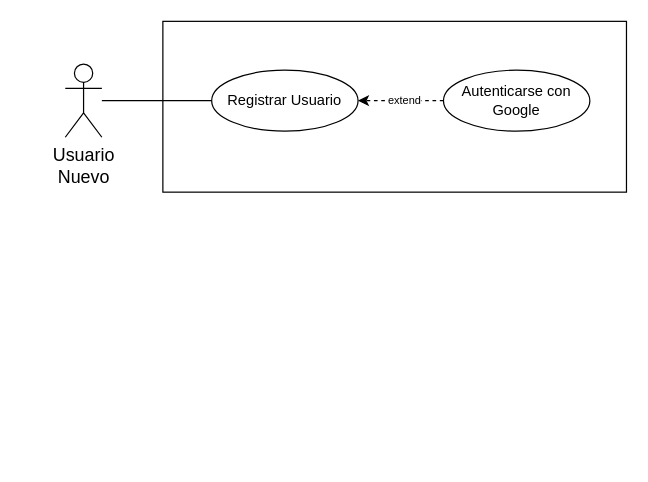
Before: casodeuso_registro+iniciodesesion.drawio in xChiat/ProyectoIntegracion, a draw.io diagram. Source tidied: cells renumbered, new cells numbered last; positions are measured from the earlier drawing's top-left corner, leaving out a move shared by most shapes. Both pictures are drawn from the tidied source at 122%, with x=0, y=0 at pixel (65, 21).
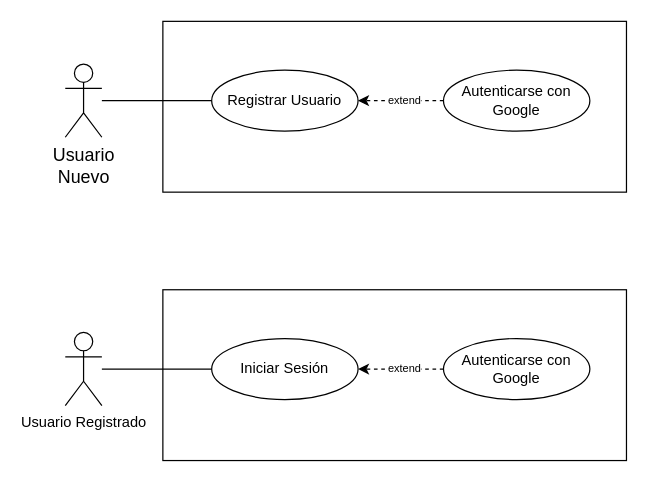
Above is the later version.

What changed in the source:
```diff
@@
 <mxGraphModel>
   <root>
     <mxCell id="0" />
     <mxCell id="1" parent="0" />
     <mxCell id="2" style="rounded=0;whiteSpace=wrap;html=1;" parent="1" vertex="1">
       <mxGeometry x="80" width="380" height="140" as="geometry" />
     </mxCell>
     <mxCell id="3" value="&lt;span id=&quot;docs-internal-guid-1241f41a-7fff-43ba-bec1-a7c40ce26745&quot; style=&quot;font-size:11pt;font-family:Calibri,sans-serif;color:#000000;background-color:transparent;font-weight:400;font-style:normal;font-variant:normal;text-decoration:none;vertical-align:baseline;white-space:pre;white-space:pre-wrap;&quot;&gt;Usuario Nuevo&lt;/span&gt;" style="shape=umlActor;verticalLabelPosition=bottom;verticalAlign=top;html=1;outlineConnect=0;" parent="1" vertex="1">
       <mxGeometry y="35" width="30" height="60" as="geometry" />
     </mxCell>
     <mxCell id="4" value="Registrar Usuario" style="ellipse;whiteSpace=wrap;html=1;" parent="1" vertex="1">
       <mxGeometry x="120" y="40" width="120" height="50" as="geometry" />
     </mxCell>
     <mxCell id="5" style="endArrow=none;html=1;rounded=0;entryX=0;entryY=0.5;entryDx=0;entryDy=0;" parent="1" edge="1" source="3" target="4">
       <mxGeometry relative="1" as="geometry" />
     </mxCell>
     <mxCell id="6" style="edgeStyle=orthogonalEdgeStyle;rounded=0;jettySize=auto;html=1;exitX=0;exitY=0.5;exitDx=0;exitDy=0;entryX=1;entryY=0.5;entryDx=0;entryDy=0;dashed=1;" parent="1" edge="1" source="8" target="4">
       <mxGeometry relative="1" as="geometry" />
     </mxCell>
     <mxCell id="7" value="&lt;font style=&quot;font-size: 9px;&quot;&gt;extend&lt;/font&gt;" style="edgeLabel;html=1;align=center;verticalAlign=middle;" parent="6" vertex="1">
       <mxGeometry x="-0.05" y="-2" relative="1" as="geometry" />
     </mxCell>
     <mxCell id="8" value="Autenticarse con Google" style="ellipse;whiteSpace=wrap;html=1;" parent="1" vertex="1">
       <mxGeometry x="310" y="40" width="120" height="50" as="geometry" />
     </mxCell>
+    <mxCell id="9" style="rounded=0;whiteSpace=wrap;html=1;" parent="1" vertex="1">
+      <mxGeometry x="80" y="220" width="380" height="140" as="geometry" />
+    </mxCell>
+    <mxCell id="10" value="Usuario Registrado" style="shape=umlActor;verticalLabelPosition=bottom;verticalAlign=top;html=1;outlineConnect=0;" parent="1" vertex="1">
+      <mxGeometry y="255" width="30" height="60" as="geometry" />
+    </mxCell>
+    <mxCell id="11" value="Iniciar Sesión" style="ellipse;whiteSpace=wrap;html=1;" parent="1" vertex="1">
+      <mxGeometry x="120" y="260" width="120" height="50" as="geometry" />
+    </mxCell>
+    <mxCell id="12" style="endArrow=none;html=1;rounded=0;entryX=0;entryY=0.5;entryDx=0;entryDy=0;" parent="1" edge="1" source="10" target="11">
+      <mxGeometry relative="1" as="geometry" />
+    </mxCell>
+    <mxCell id="13" style="edgeStyle=orthogonalEdgeStyle;rounded=0;jettySize=auto;html=1;exitX=0;exitY=0.5;exitDx=0;exitDy=0;entryX=1;entryY=0.5;entryDx=0;entryDy=0;dashed=1;" parent="1" edge="1" source="15" target="11">
+      <mxGeometry relative="1" as="geometry" />
+    </mxCell>
+    <mxCell id="14" value="&lt;font style=&quot;font-size: 9px;&quot;&gt;extend&lt;/font&gt;" style="edgeLabel;html=1;align=center;verticalAlign=middle;" parent="13" vertex="1">
+      <mxGeometry x="-0.05" y="-2" relative="1" as="geometry" />
+    </mxCell>
+    <mxCell id="15" value="Autenticarse con Google" style="ellipse;whiteSpace=wrap;html=1;" parent="1" vertex="1">
+      <mxGeometry x="310" y="260" width="120" height="50" as="geometry" />
+    </mxCell>
   </root>
 </mxGraphModel>
```
